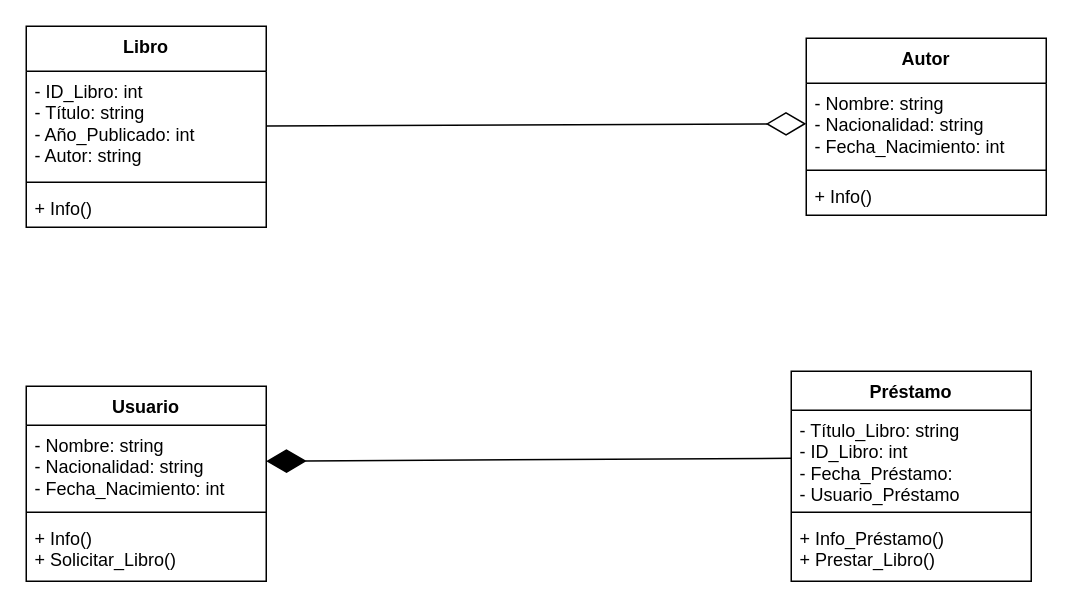
JuanDaCK/JuanCedeno-DiagramasDeFlujo keeps this draw.io diagram as UML1.drawio. Above is the earlier version. Source tidied: cells renumbered, new cells numbered last; positions are measured from the earlier drawing's top-left corner, leaving out a move shared by most shapes. Both pictures are drawn from the tidied source at 150%, with x=0, y=0 at pixel (26, 26).
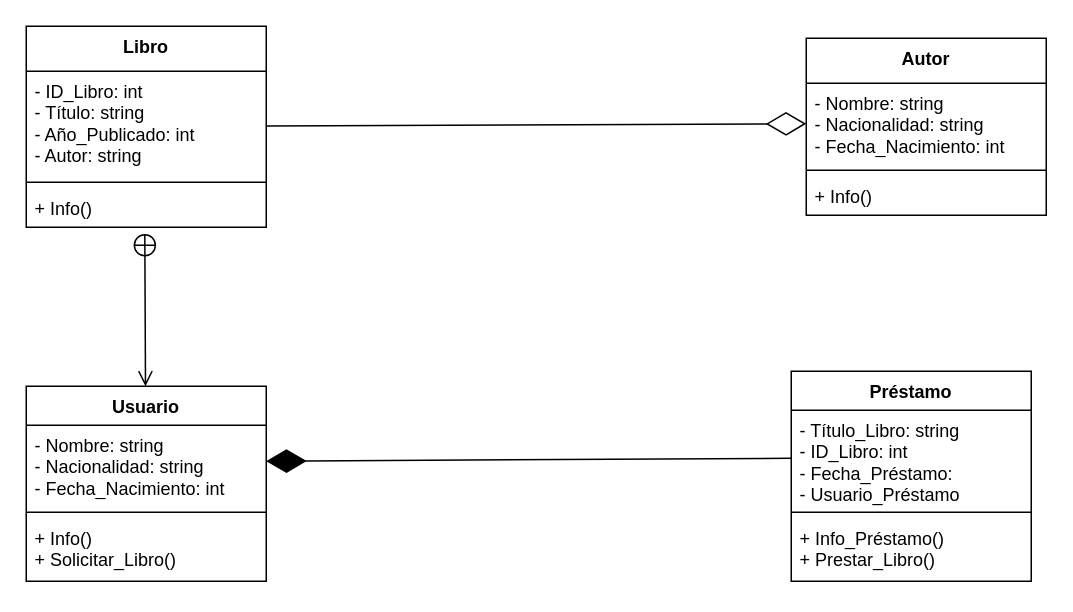
Above is the later version.

The change refers to these unchanged cells:
```xml
<mxCell id="9" value="+ Info()" style="text;strokeColor=none;fillColor=none;align=left;verticalAlign=top;spacingLeft=4;spacingRight=4;overflow=hidden;points=[[0,0.5],[1,0.5]];portConstraint=eastwest;whiteSpace=wrap;html=1;" parent="6" vertex="1">
  <mxGeometry y="108" width="160" height="26" as="geometry" />
</mxCell>
```

The edit, as a diff of the source:
```diff
@@
+    <mxCell id="20" style="endArrow=open;startArrow=circlePlus;endFill=0;startFill=0;endSize=8;html=1;rounded=0;exitX=0.494;exitY=1.154;exitDx=0;exitDy=0;exitPerimeter=0;" parent="1" edge="1" source="9">
+      <mxGeometry relative="1" as="geometry">
+        <mxPoint x="79.5" y="240" as="targetPoint" />
+      </mxGeometry>
+    </mxCell>
```
